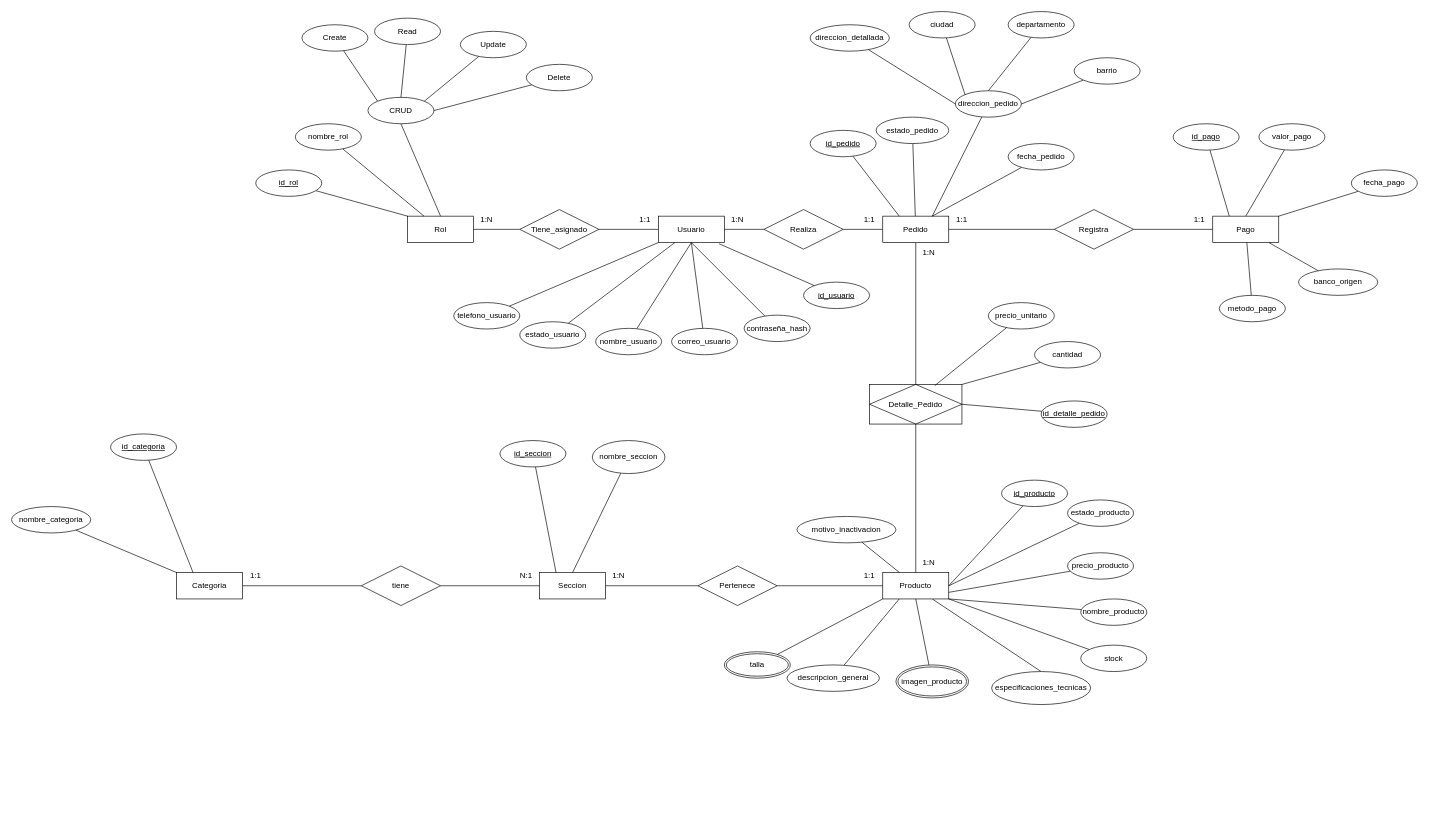
This is docs/Diagramas_BD/Diagramas_BikeStore_MER.drawio from JafettWh/bikestore_proyecto_base, a draw.io file, before an edit. Source tidied: cells renumbered, new cells numbered last; positions are measured from the earlier drawing's top-left corner, leaving out a move shared by most shapes. Both pictures are drawn from the tidied source at 66%, with x=0, y=0 at pixel (11, 11).
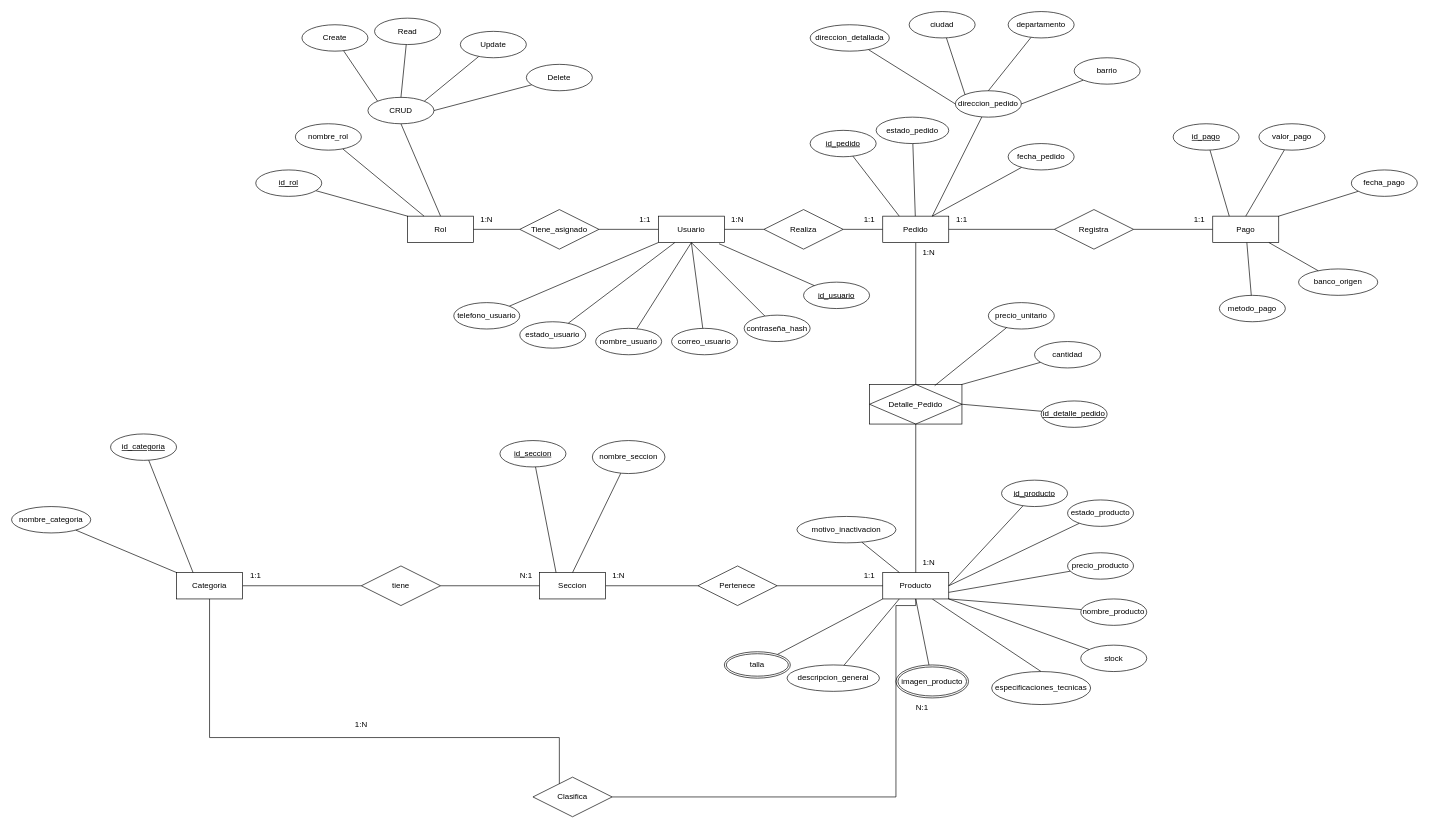
Above is the later version.

The change refers to these unchanged cells:
```xml
<mxCell id="6" value="Producto" style="whiteSpace=wrap;html=1;align=center;" parent="1" vertex="1">
  <mxGeometry x="1320" y="850" width="100" height="40" as="geometry" />
</mxCell>
<mxCell id="87" value="Categoria" style="whiteSpace=wrap;html=1;align=center;" parent="1" vertex="1">
  <mxGeometry x="250" y="850" width="100" height="40" as="geometry" />
</mxCell>
```

The edit, as a diff of the source:
```diff
@@
+    <mxCell id="125" value="Clasifica" style="shape=rhombus;perimeter=rhombusPerimeter;whiteSpace=wrap;html=1;align=center;" parent="1" vertex="1">
+      <mxGeometry x="790" y="1160" width="120" height="60" as="geometry" />
+    </mxCell>
+    <mxCell id="126" style="edgeStyle=orthogonalEdgeStyle;shape=connector;rounded=0;jettySize=auto;html=1;endArrow=none;endFill=0;" parent="1" edge="1" source="87" target="125">
+      <mxGeometry relative="1" as="geometry">
+        <Array as="points">
+          <mxPoint x="300" y="1100" />
+          <mxPoint x="830" y="1100" />
+        </Array>
+      </mxGeometry>
+    </mxCell>
+    <mxCell id="127" value="1:N" style="text;html=1;whiteSpace=wrap;strokeColor=none;fillColor=none;align=center;verticalAlign=middle;rounded=0;" parent="1" vertex="1">
+      <mxGeometry x="500" y="1065" width="60" height="30" as="geometry" />
+    </mxCell>
+    <mxCell id="128" style="edgeStyle=orthogonalEdgeStyle;shape=connector;rounded=0;jettySize=auto;html=1;endArrow=none;endFill=0;" parent="1" edge="1" source="125" target="6">
+      <mxGeometry relative="1" as="geometry">
+        <Array as="points">
+          <mxPoint x="1340" y="1190" />
+          <mxPoint x="1340" y="900" />
+        </Array>
+      </mxGeometry>
+    </mxCell>
+    <mxCell id="129" value="N:1" style="text;html=1;whiteSpace=wrap;strokeColor=none;fillColor=none;align=center;verticalAlign=middle;rounded=0;" parent="1" vertex="1">
+      <mxGeometry x="1350" y="1040" width="60" height="30" as="geometry" />
+    </mxCell>
```
